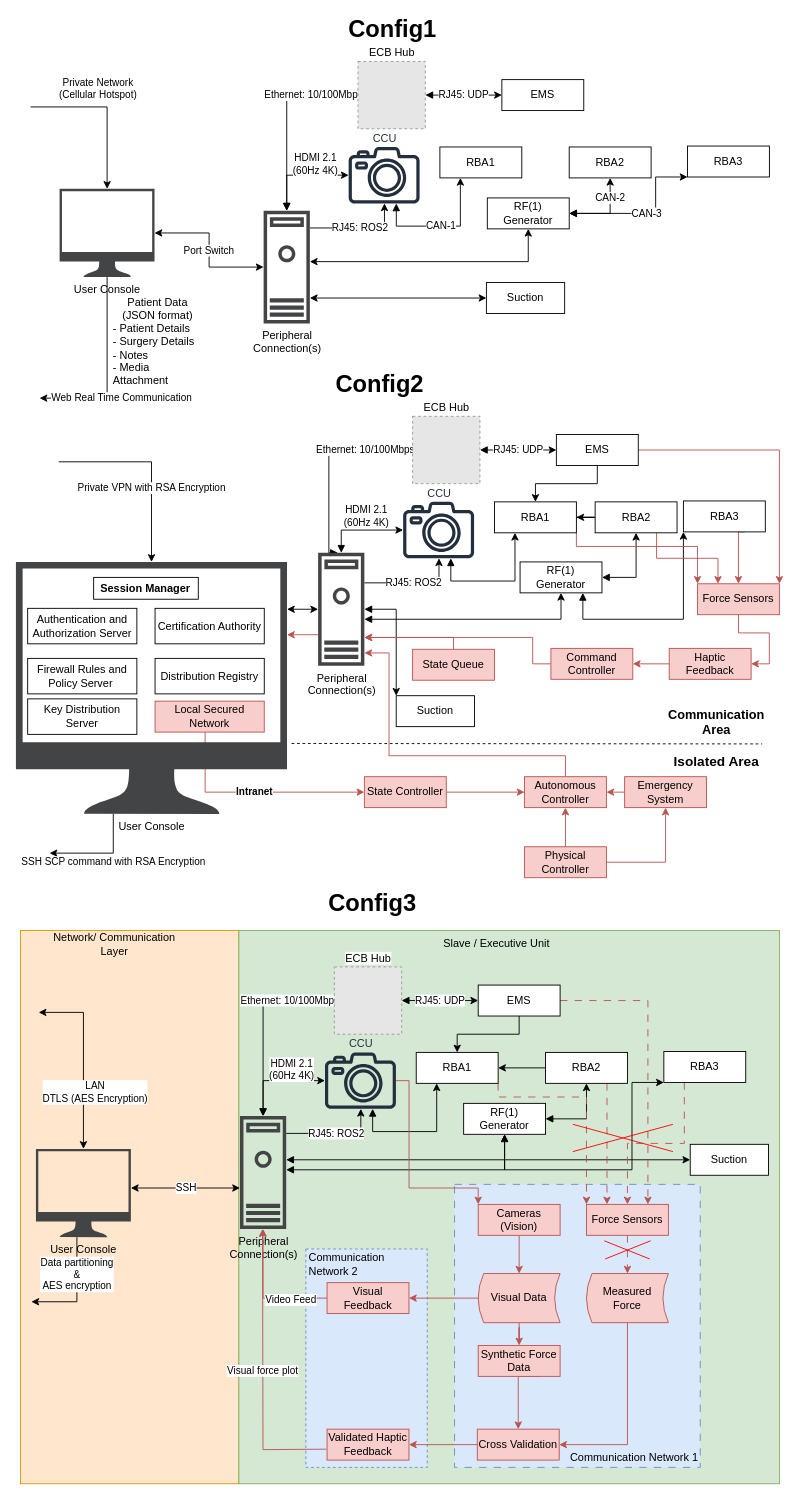
Before: ConvMed-EndingCase.drawio in PJPDQ/Engineering-Workflows, a draw.io diagram. Source tidied: cells renumbered, new cells numbered last; positions are measured from the earlier drawing's top-left corner, leaving out a move shared by most shapes. Both pictures are drawn from the tidied source at 91%, with x=0, y=0 at pixel (15, 15). Pictures stored in the file or linked from it are replaced by grey dashed boxes.
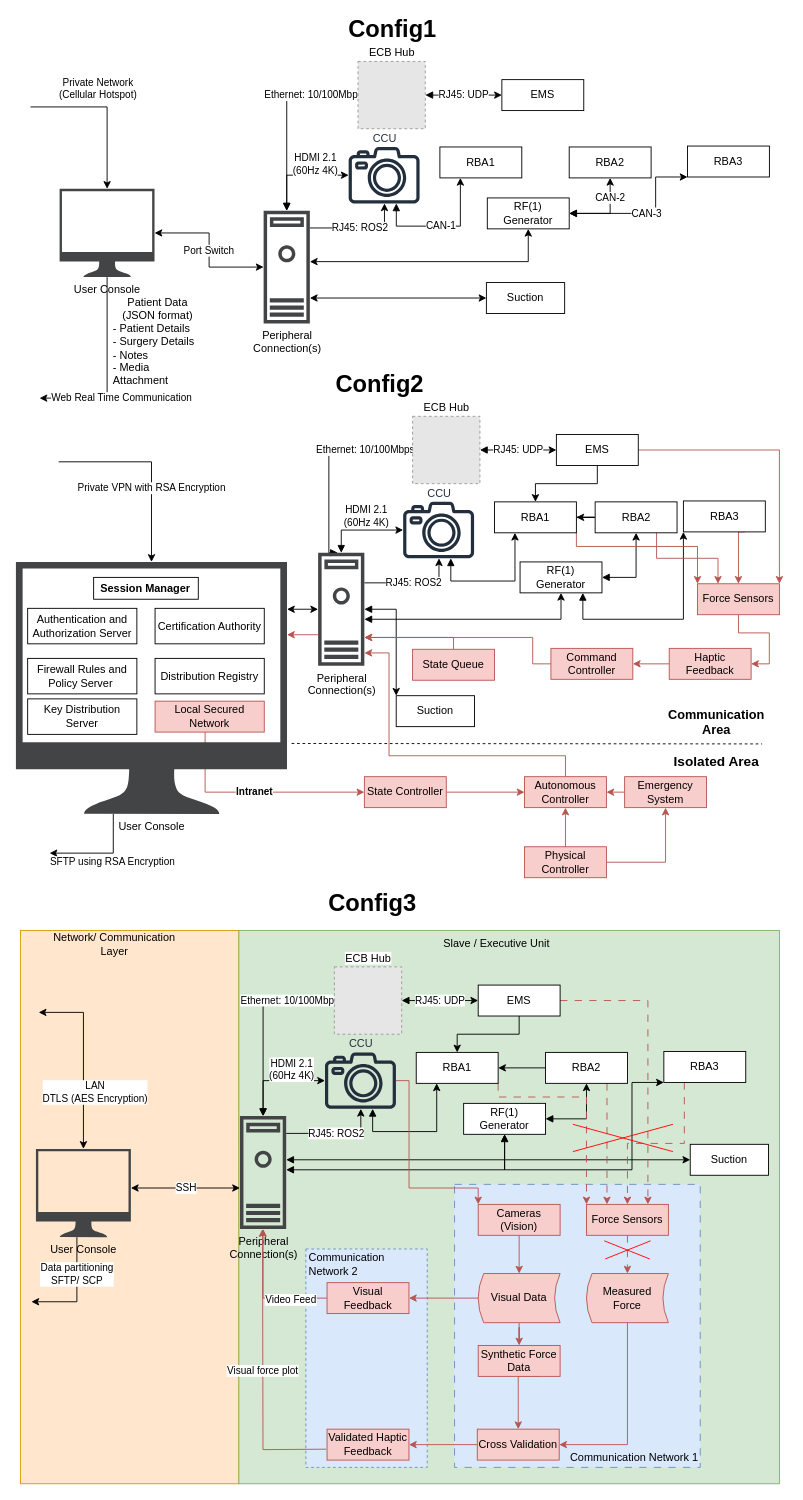
The same page after the edit.

The change refers to these unchanged cells:
```xml
<mxCell id="53" value="User Console" style="sketch=0;shadow=0;dashed=0;html=1;strokeColor=none;fillColor=#434445;labelPosition=center;verticalLabelPosition=bottom;verticalAlign=top;align=center;outlineConnect=0;shape=mxgraph.vvd.monitor;" parent="1" vertex="1">
  <mxGeometry x="22" y="1245" width="104.3" height="97" as="geometry" />
</mxCell>
<mxCell id="139" value="User Console" style="sketch=0;shadow=0;dashed=0;html=1;strokeColor=none;fillColor=#434445;labelPosition=center;verticalLabelPosition=bottom;verticalAlign=top;align=center;outlineConnect=0;shape=mxgraph.vvd.monitor;" parent="1" vertex="1">
  <mxGeometry y="600" width="297.9" height="277" as="geometry" />
</mxCell>
```

Change to the diagram source:
```diff
@@
-    <mxCell id="52" value="Data partitioning &lt;br&gt;&amp;amp; &lt;br&gt;AES encryption" style="edgeStyle=orthogonalEdgeStyle;rounded=0;jettySize=auto;html=1;" parent="1" edge="1" source="53">
+    <mxCell id="52" value="Data partitioning &lt;br&gt;SFTP/ SCP" style="edgeStyle=orthogonalEdgeStyle;rounded=0;jettySize=auto;html=1;" parent="1" edge="1" source="53">
       <mxGeometry x="-0.32" relative="1" as="geometry">
         <mxPoint x="17" y="1413" as="targetPoint" />
         <Array as="points">
           <mxPoint x="67" y="1413" />
         </Array>
       </mxGeometry>
     </mxCell>
@@
-    <mxCell id="138" value="SSH SCP command with RSA Encryption" style="edgeStyle=orthogonalEdgeStyle;rounded=0;jettySize=auto;html=1;" parent="1" edge="1" source="139">
-      <mxGeometry x="-0.24" y="10" relative="1" as="geometry">
+    <mxCell id="138" value="SFTP using RSA Encryption" style="edgeStyle=orthogonalEdgeStyle;rounded=0;jettySize=auto;html=1;" parent="1" edge="1" source="139">
+      <mxGeometry x="-0.23" y="10" relative="1" as="geometry">
         <mxPoint x="37" y="920" as="targetPoint" />
         <Array as="points">
           <mxPoint x="107" y="920" />
         </Array>
       </mxGeometry>
     </mxCell>
```
